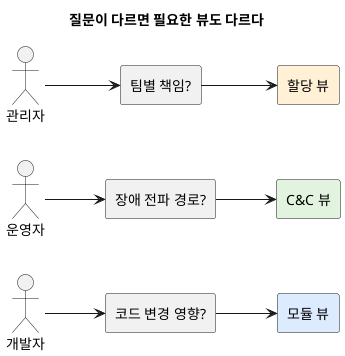
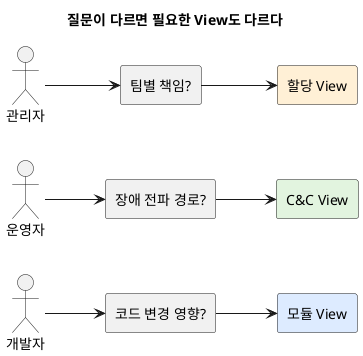
@startuml
- title 질문이 다르면 필요한 뷰도 다르다
+ title 질문이 다르면 필요한 View도 다르다
left to right direction

actor 개발자
actor 운영자
actor 관리자

rectangle "코드 변경 영향?" as Q1
rectangle "장애 전파 경로?" as Q2
rectangle "팀별 책임?" as Q3

- rectangle "모듈 뷰" as V1 #DDEBFF
- rectangle "C&C 뷰" as V2 #E2F4DF
- rectangle "할당 뷰" as V3 #FFF0D6
+ rectangle "모듈 View" as V1 #DDEBFF
+ rectangle "C&C View" as V2 #E2F4DF
+ rectangle "할당 View" as V3 #FFF0D6

개발자 --> Q1
Q1 --> V1
운영자 --> Q2
Q2 --> V2
관리자 --> Q3
Q3 --> V3
@enduml
